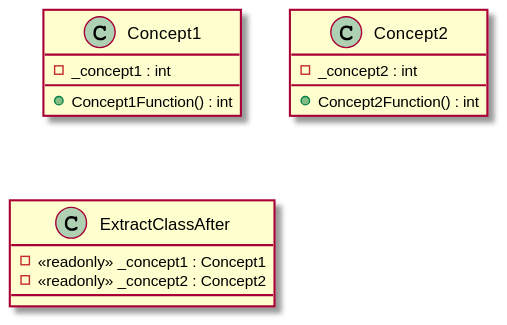
Earlier version of the PlantUML export uml/Extract/After/ExtractClassAfter.svg (claremacrae/RefactoringSamples). Source of this version:
```plantuml
@startuml
class Concept1 {
    - _concept1 : int
    + Concept1Function() : int
}
class Concept2 {
    - _concept2 : int
    + Concept2Function() : int
}
class ExtractClassAfter {
    - <<readonly>> _concept1 : Concept1
    - <<readonly>> _concept2 : Concept2
}
@enduml
```
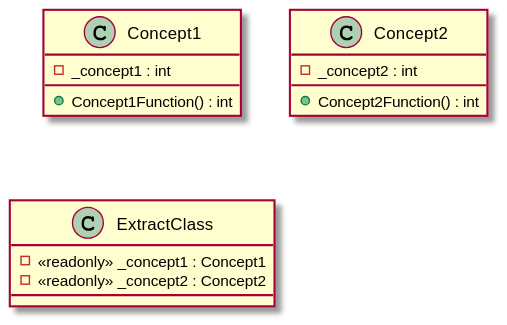
After the change.

Commit message:
Remove unnecessary After suffix from class names

The edit, as a diff of the source:
```diff
@@ -7,7 +7,7 @@
     - _concept2 : int
     + Concept2Function() : int
 }
-class ExtractClassAfter {
+class ExtractClass {
     - <<readonly>> _concept1 : Concept1
     - <<readonly>> _concept2 : Concept2
 }
```
